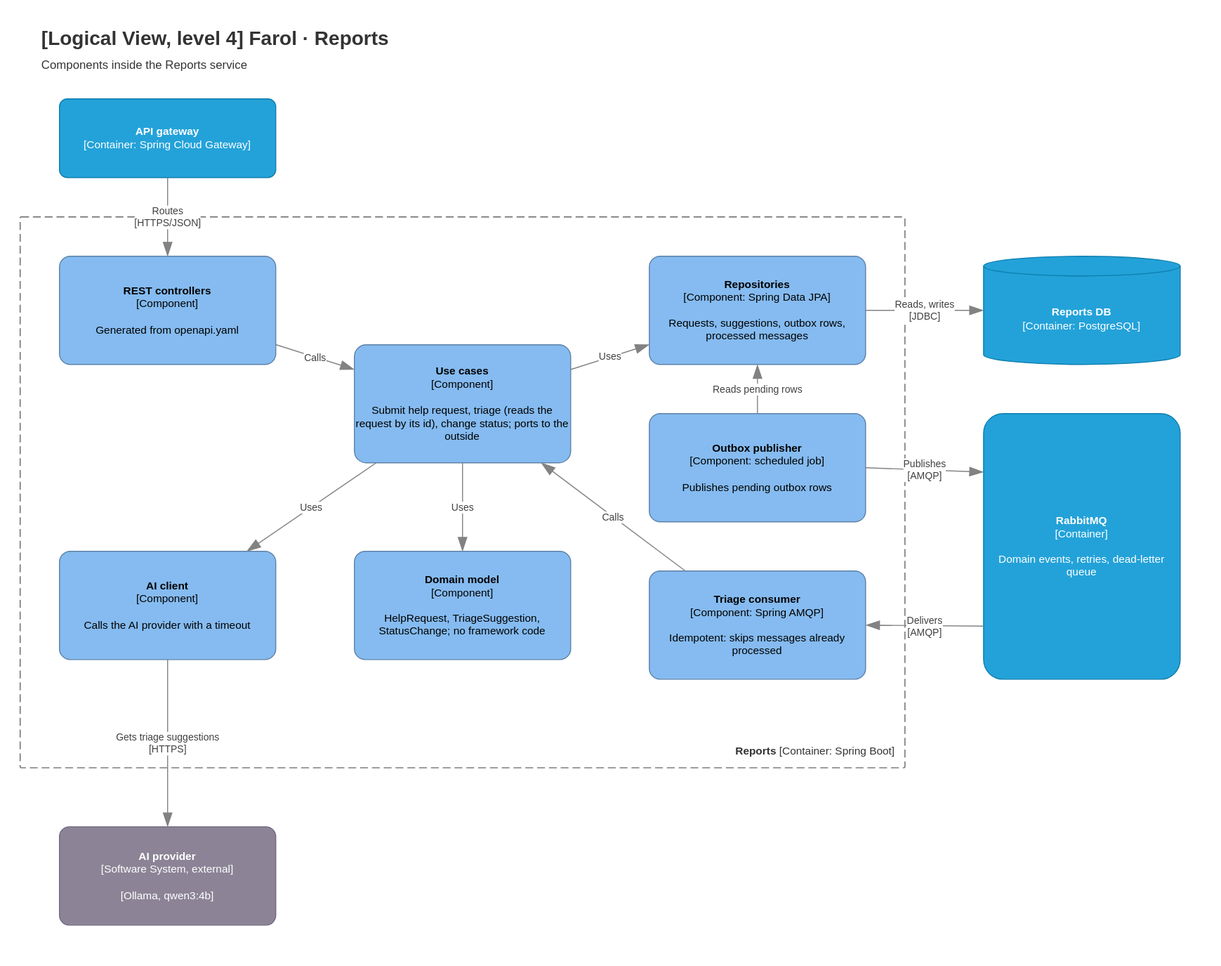
Above: Docs/Technical/diagrams/logical-view-level-4-reports.drawio.svg in tomasoliveira21/LABDSOF (draw.io), before the change. Source tidied: cells renumbered, new cells last; positions are measured from the earlier drawing's top-left corner, leaving out a move shared by most shapes.
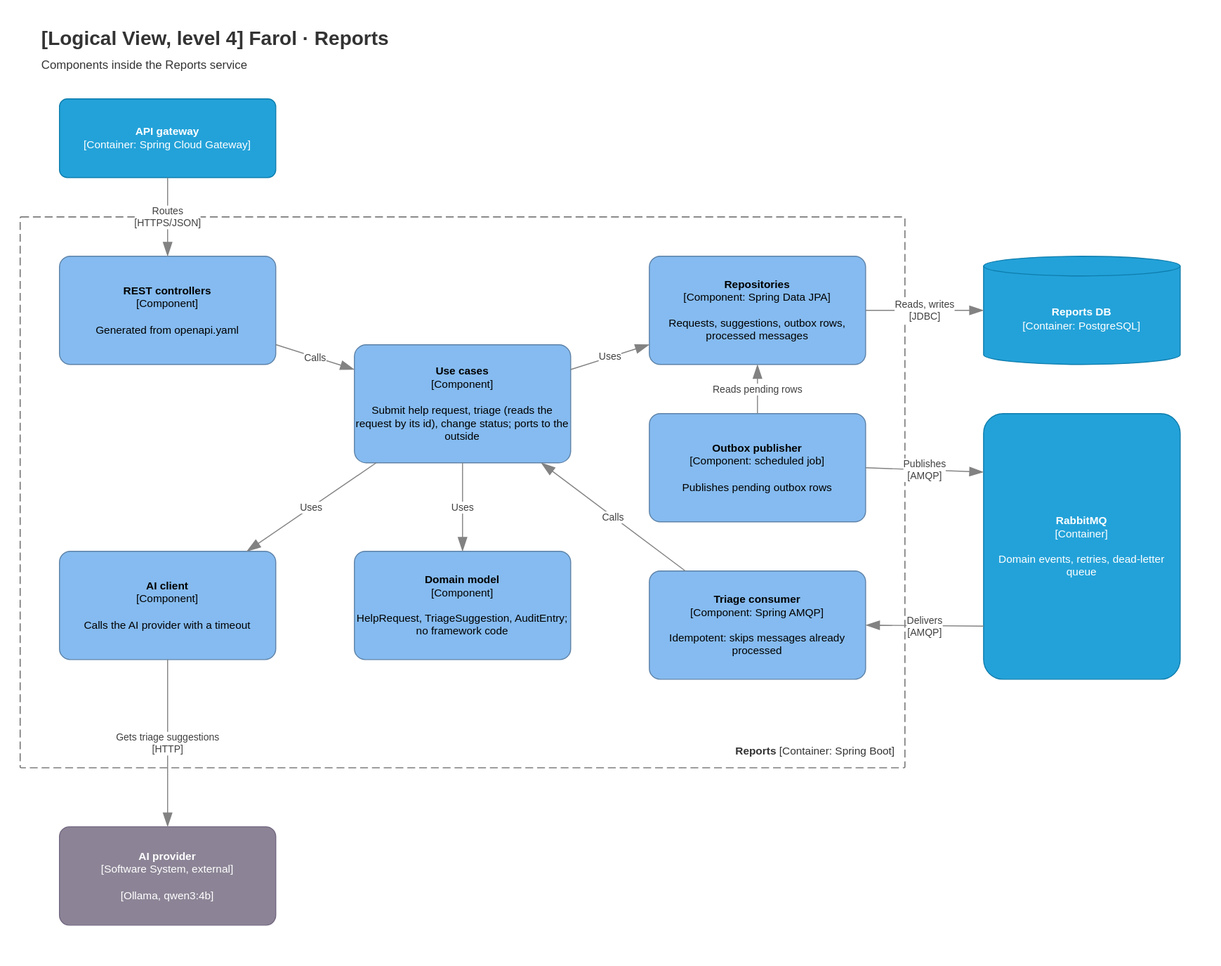
Later version of the same file.

What changed in the source:
```diff
@@ -20,7 +20,7 @@
     <mxCell id="7" value="&lt;b&gt;AI client&lt;/b&gt;&lt;div&gt;[Component]&lt;/div&gt;&lt;br&gt;&lt;div&gt;Calls the AI provider with a timeout&lt;/div&gt;" style="rounded=1;whiteSpace=wrap;html=1;fillColor=#85BBF0;fontColor=#000000;arcSize=10;strokeColor=#5D82A8;fontSize=11;" parent="1" vertex="1">
       <mxGeometry x="40" y="540" width="220" height="110" as="geometry" />
     </mxCell>
-    <mxCell id="8" value="&lt;b&gt;Domain model&lt;/b&gt;&lt;div&gt;[Component]&lt;/div&gt;&lt;br&gt;&lt;div&gt;HelpRequest, TriageSuggestion, StatusChange; no framework code&lt;/div&gt;" style="rounded=1;whiteSpace=wrap;html=1;fillColor=#85BBF0;fontColor=#000000;arcSize=10;strokeColor=#5D82A8;fontSize=11;" parent="1" vertex="1">
+    <mxCell id="8" value="&lt;b&gt;Domain model&lt;/b&gt;&lt;div&gt;[Component]&lt;/div&gt;&lt;br&gt;&lt;div&gt;HelpRequest, TriageSuggestion, AuditEntry; no framework code&lt;/div&gt;" style="rounded=1;whiteSpace=wrap;html=1;fillColor=#85BBF0;fontColor=#000000;arcSize=10;strokeColor=#5D82A8;fontSize=11;" parent="1" vertex="1">
       <mxGeometry x="340" y="540" width="220" height="110" as="geometry" />
     </mxCell>
     <mxCell id="9" value="&lt;b&gt;Repositories&lt;/b&gt;&lt;div&gt;[Component: Spring Data JPA]&lt;/div&gt;&lt;br&gt;&lt;div&gt;Requests, suggestions, outbox rows, processed messages&lt;/div&gt;" style="rounded=1;whiteSpace=wrap;html=1;fillColor=#85BBF0;fontColor=#000000;arcSize=10;strokeColor=#5D82A8;fontSize=11;" parent="1" vertex="1">
@@ -59,7 +59,7 @@
     <mxCell id="20" value="Uses" style="endArrow=blockThin;html=1;fontSize=10;fontColor=#404040;endFill=1;strokeColor=#828282;endSize=12;rounded=0;labelBackgroundColor=#ffffff;" parent="1" edge="1" source="6" target="7">
       <mxGeometry relative="1" as="geometry" />
     </mxCell>
-    <mxCell id="21" value="Gets triage suggestions&lt;br&gt;[HTTPS]" style="endArrow=blockThin;html=1;fontSize=10;fontColor=#404040;endFill=1;strokeColor=#828282;endSize=12;rounded=0;labelBackgroundColor=#ffffff;" parent="1" edge="1" source="7" target="14">
+    <mxCell id="21" value="Gets triage suggestions&lt;br&gt;[HTTP]" style="endArrow=blockThin;html=1;fontSize=10;fontColor=#404040;endFill=1;strokeColor=#828282;endSize=12;rounded=0;labelBackgroundColor=#ffffff;" parent="1" edge="1" source="7" target="14">
       <mxGeometry relative="1" as="geometry" />
     </mxCell>
     <mxCell id="22" value="Reads, writes&lt;br&gt;[JDBC]" style="endArrow=blockThin;html=1;fontSize=10;fontColor=#404040;endFill=1;strokeColor=#828282;endSize=12;rounded=0;labelBackgroundColor=#ffffff;" parent="1" edge="1" source="9" target="12">
```
